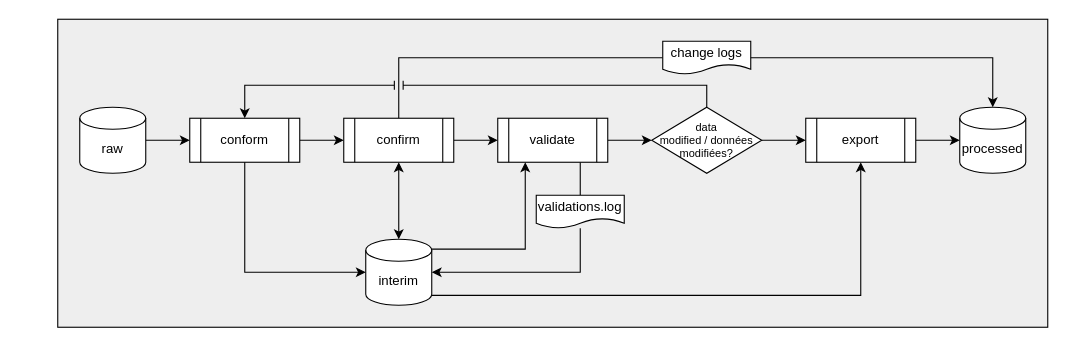
Above: docs/source/_static/figures/nrn_process_diagram.drawio in StatCan/nrn-rrn (draw.io), before the change. Source tidied: cells renumbered, new cells numbered last; positions are measured from the earlier drawing's top-left corner, leaving out a move shared by most shapes. Both pictures are drawn from the tidied source at 110%, with x=0, y=0 at pixel (57, 19).
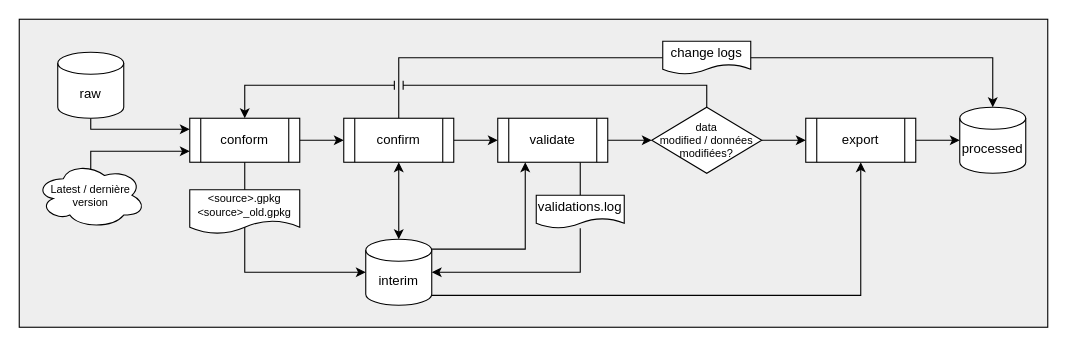
The same diagram, later.

Commit message (it also covers changes not shown here):
[1] updated nrn process diagram

The change refers to these unchanged cells:
```xml
<mxCell id="8" value="conform" style="shape=process;whiteSpace=wrap;html=1;backgroundOutline=1;" parent="1" vertex="1">
  <mxGeometry x="120" y="90" width="100" height="40" as="geometry" />
</mxCell>
```

The edit, as a diff of the source:
```diff
@@
     <mxCell id="2" style="rounded=0;whiteSpace=wrap;html=1;fillColor=#EEEEEE;" parent="1" vertex="1">
-      <mxGeometry width="900" height="280" as="geometry" />
+      <mxGeometry x="-35" width="935" height="280" as="geometry" />
     </mxCell>
-    <mxCell id="3" style="edgeStyle=orthogonalEdgeStyle;rounded=0;jettySize=auto;html=1;" parent="1" edge="1" source="4" target="8">
-      <mxGeometry relative="1" as="geometry" />
+    <mxCell id="3" style="edgeStyle=orthogonalEdgeStyle;rounded=0;jettySize=auto;html=1;entryX=0;entryY=0.25;entryDx=0;entryDy=0;exitX=0.5;exitY=1;exitDx=0;exitDy=0;exitPerimeter=0;" parent="1" edge="1" source="4" target="8">
+      <mxGeometry relative="1" as="geometry">
+        <Array as="points">
+          <mxPoint x="30" y="100" />
+        </Array>
+      </mxGeometry>
     </mxCell>
     <mxCell id="4" value="&lt;br&gt;raw" style="strokeWidth=1;html=1;shape=mxgraph.flowchart.database;whiteSpace=wrap;verticalAlign=middle;" parent="1" vertex="1">
-      <mxGeometry x="20" y="80" width="60" height="60" as="geometry" />
+      <mxGeometry y="30" width="60" height="60" as="geometry" />
     </mxCell>
@@
+    <mxCell id="28" style="edgeStyle=orthogonalEdgeStyle;rounded=0;jettySize=auto;html=1;entryX=0;entryY=0.75;entryDx=0;entryDy=0;exitX=0.5;exitY=0.117;exitDx=0;exitDy=0;exitPerimeter=0;" parent="1" edge="1" source="29" target="8">
+      <mxGeometry relative="1" as="geometry">
+        <Array as="points">
+          <mxPoint x="30" y="120" />
+        </Array>
+      </mxGeometry>
+    </mxCell>
+    <mxCell id="29" value="&lt;font style=&quot;font-size: 10px;&quot;&gt;Latest / dernière version&lt;/font&gt;" style="ellipse;shape=cloud;whiteSpace=wrap;html=1;fontSize=10;" parent="1" vertex="1">
+      <mxGeometry x="-20" y="130" width="100" height="60" as="geometry" />
+    </mxCell>
+    <mxCell id="30" value="&amp;lt;source&amp;gt;.gpkg&lt;br&gt;&amp;lt;source&amp;gt;_old.gpkg" style="shape=document;whiteSpace=wrap;html=1;boundedLbl=1;fontSize=10;" parent="1" vertex="1">
+      <mxGeometry x="120" y="155" width="100" height="40" as="geometry" />
+    </mxCell>
```
